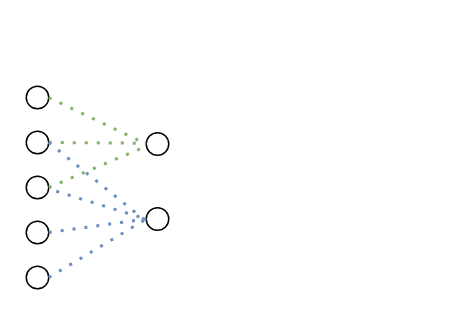
This is lad.drawio from infiniteaim/Repository-from-Anonus, a draw.io file, before an edit. Source tidied: cells renumbered, new cells numbered last; positions are measured from the earlier drawing's top-left corner, leaving out a move shared by most shapes. Both pictures are drawn from the tidied source at 150%, with x=0, y=0 at pixel (26, 86).
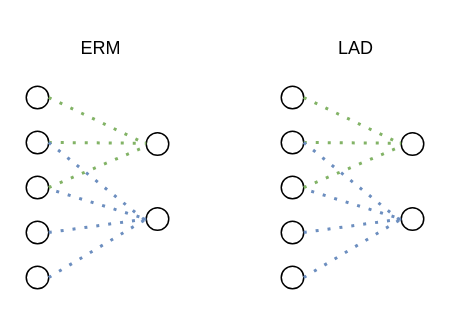
Above is the later version.

Diff of the diagram source:
```diff
@@
+    <mxCell id="16" value="ERM" style="text;html=1;align=center;verticalAlign=middle;whiteSpace=wrap;rounded=0;" parent="1" vertex="1">
+      <mxGeometry x="20" y="-40" width="60" height="30" as="geometry" />
+    </mxCell>
+    <mxCell id="17" style="ellipse;whiteSpace=wrap;html=1;" parent="1" vertex="1">
+      <mxGeometry x="170" width="15" height="15" as="geometry" />
+    </mxCell>
+    <mxCell id="18" style="ellipse;whiteSpace=wrap;html=1;" parent="1" vertex="1">
+      <mxGeometry x="170" y="30" width="15" height="15" as="geometry" />
+    </mxCell>
+    <mxCell id="19" style="ellipse;whiteSpace=wrap;html=1;" parent="1" vertex="1">
+      <mxGeometry x="170" y="60" width="15" height="15" as="geometry" />
+    </mxCell>
+    <mxCell id="20" style="ellipse;whiteSpace=wrap;html=1;" parent="1" vertex="1">
+      <mxGeometry x="170" y="90" width="15" height="15" as="geometry" />
+    </mxCell>
+    <mxCell id="21" style="ellipse;whiteSpace=wrap;html=1;" parent="1" vertex="1">
+      <mxGeometry x="170" y="120" width="15" height="15" as="geometry" />
+    </mxCell>
+    <mxCell id="22" style="ellipse;whiteSpace=wrap;html=1;" parent="1" vertex="1">
+      <mxGeometry x="250" y="31" width="15" height="15" as="geometry" />
+    </mxCell>
+    <mxCell id="23" style="ellipse;whiteSpace=wrap;html=1;" parent="1" vertex="1">
+      <mxGeometry x="250" y="81" width="15" height="15" as="geometry" />
+    </mxCell>
+    <mxCell id="24" style="endArrow=none;dashed=1;html=1;dashPattern=1 3;strokeWidth=2;rounded=0;fillColor=#d5e8d4;strokeColor=#82b366;exitX=1;exitY=0.5;exitDx=0;exitDy=0;entryX=0;entryY=0.5;entryDx=0;entryDy=0;" parent="1" edge="1" source="17" target="22">
+      <mxGeometry relative="1" as="geometry" />
+    </mxCell>
+    <mxCell id="25" style="endArrow=none;dashed=1;html=1;dashPattern=1 3;strokeWidth=2;rounded=0;fillColor=#d5e8d4;strokeColor=#82b366;exitX=1;exitY=0.5;exitDx=0;exitDy=0;" parent="1" edge="1" source="18">
+      <mxGeometry relative="1" as="geometry">
+        <mxPoint x="250" y="38" as="targetPoint" />
+      </mxGeometry>
+    </mxCell>
+    <mxCell id="26" style="endArrow=none;dashed=1;html=1;dashPattern=1 3;strokeWidth=2;rounded=0;fillColor=#d5e8d4;strokeColor=#82b366;exitX=1;exitY=0.5;exitDx=0;exitDy=0;" parent="1" edge="1" source="19">
+      <mxGeometry relative="1" as="geometry">
+        <mxPoint x="250" y="40" as="targetPoint" />
+      </mxGeometry>
+    </mxCell>
+    <mxCell id="27" style="endArrow=none;dashed=1;html=1;dashPattern=1 3;strokeWidth=2;rounded=0;fillColor=#dae8fc;strokeColor=#6c8ebf;entryX=0;entryY=0.5;entryDx=0;entryDy=0;" parent="1" edge="1" target="23">
+      <mxGeometry relative="1" as="geometry">
+        <mxPoint x="190" y="70" as="sourcePoint" />
+      </mxGeometry>
+    </mxCell>
+    <mxCell id="28" style="endArrow=none;dashed=1;html=1;dashPattern=1 3;strokeWidth=2;rounded=0;fillColor=#dae8fc;strokeColor=#6c8ebf;exitX=1;exitY=0.5;exitDx=0;exitDy=0;" parent="1" edge="1" source="18">
+      <mxGeometry relative="1" as="geometry">
+        <mxPoint x="250" y="90" as="targetPoint" />
+      </mxGeometry>
+    </mxCell>
+    <mxCell id="29" style="endArrow=none;dashed=1;html=1;dashPattern=1 3;strokeWidth=2;rounded=0;fillColor=#dae8fc;strokeColor=#6c8ebf;exitX=1;exitY=0.5;exitDx=0;exitDy=0;entryX=0;entryY=0.5;entryDx=0;entryDy=0;" parent="1" edge="1" source="20" target="23">
+      <mxGeometry relative="1" as="geometry" />
+    </mxCell>
+    <mxCell id="30" style="endArrow=none;dashed=1;html=1;dashPattern=1 3;strokeWidth=2;rounded=0;fillColor=#dae8fc;strokeColor=#6c8ebf;exitX=1;exitY=0.5;exitDx=0;exitDy=0;entryX=0;entryY=0.5;entryDx=0;entryDy=0;" parent="1" edge="1" source="21" target="23">
+      <mxGeometry relative="1" as="geometry" />
+    </mxCell>
+    <mxCell id="31" value="LAD" style="text;html=1;align=center;verticalAlign=middle;whiteSpace=wrap;rounded=0;" parent="1" vertex="1">
+      <mxGeometry x="190" y="-40" width="60" height="30" as="geometry" />
+    </mxCell>
```
